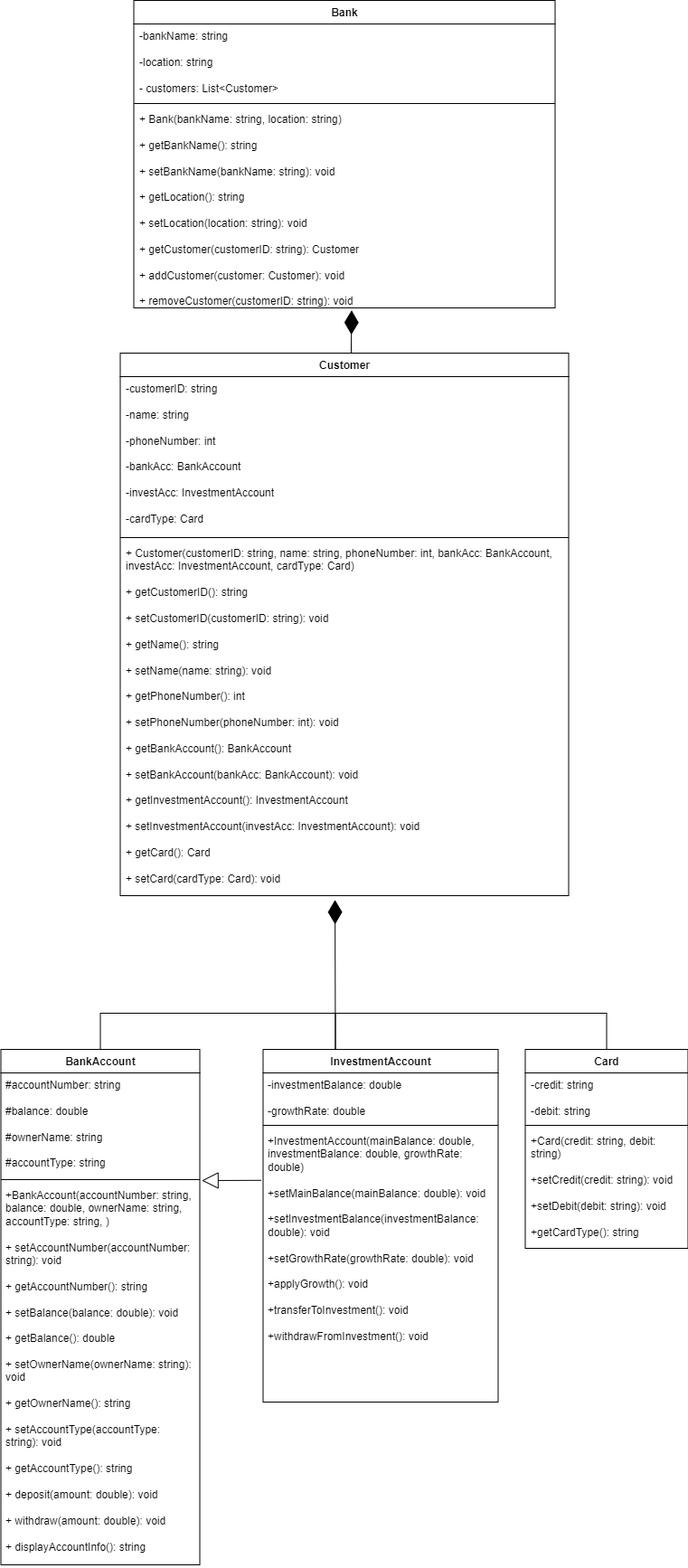
Earlier version of the draw.io export Class diagram.drawio_.drawio.png (nataliareyram/Bank-simulator). Source tidied: cells renumbered, new cells last; positions are measured from the earlier drawing's top-left corner, leaving out a move shared by most shapes.
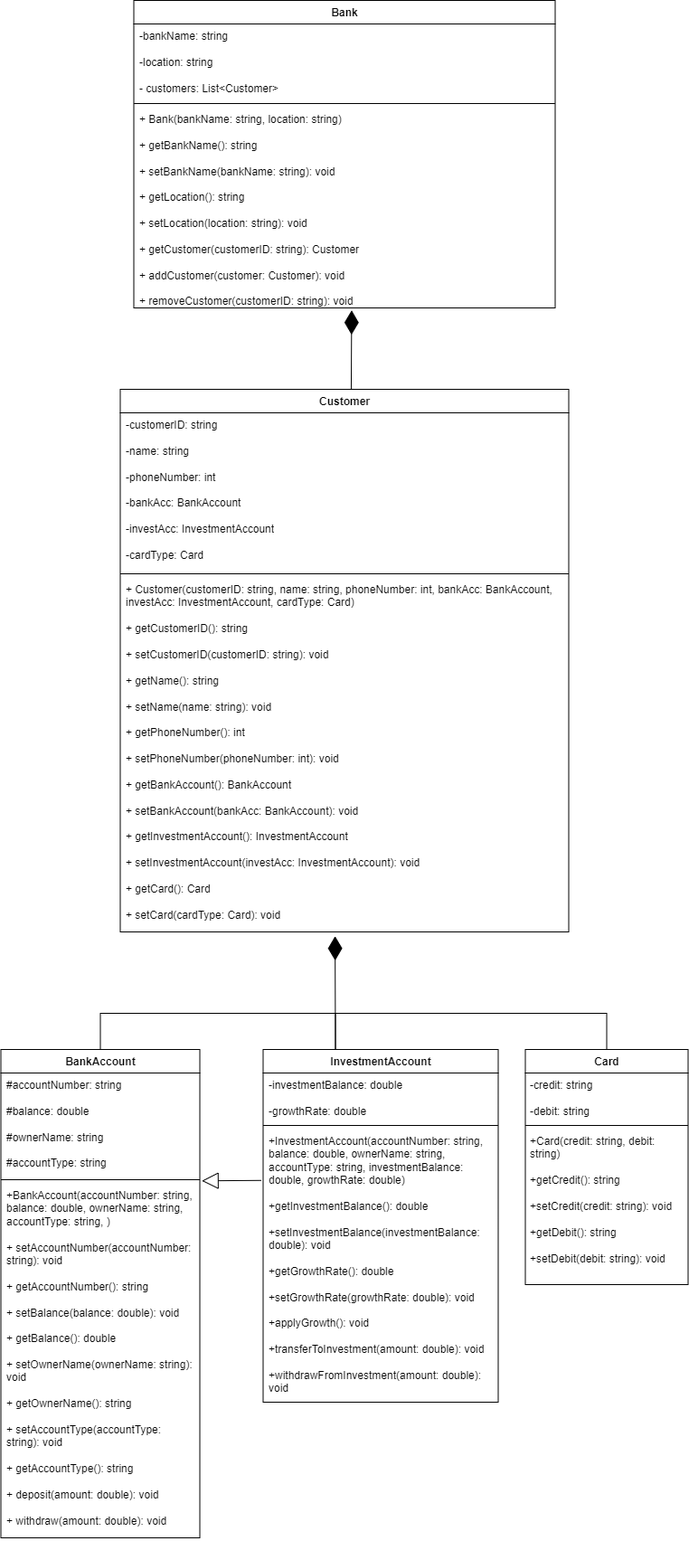
The same diagram one commit later.

What changed in the source:
```diff
@@ -3,7 +3,7 @@
     <mxCell id="0" />
     <mxCell id="1" parent="0" />
     <mxCell id="2" value="BankAccount" style="swimlane;fontStyle=1;align=center;verticalAlign=top;horizontal=1;startSize=26;whiteSpace=wrap;html=1;" parent="1" vertex="1">
-      <mxGeometry x="0.5" y="1160" width="220" height="570" as="geometry" />
+      <mxGeometry x="0.5" y="1160" width="220" height="540" as="geometry" />
     </mxCell>
     <mxCell id="3" value="&lt;div&gt;#accountNumber: string&lt;/div&gt;&lt;div&gt;&lt;br&gt;&lt;/div&gt;&lt;div&gt;#balance: double&lt;/div&gt;&lt;div&gt;&lt;br&gt;&lt;/div&gt;&lt;div&gt;#ownerName: string&lt;/div&gt;&lt;div&gt;&lt;br&gt;&lt;/div&gt;&lt;div&gt;#accountType: string&lt;/div&gt;" style="text;strokeColor=none;fillColor=none;align=left;verticalAlign=top;spacingLeft=4;spacingRight=4;overflow=hidden;whiteSpace=wrap;html=1;" parent="2" vertex="1">
       <mxGeometry y="26" width="220" height="114" as="geometry" />
@@ -11,11 +11,11 @@
     <mxCell id="4" style="line;strokeWidth=1;fillColor=none;align=left;verticalAlign=middle;spacingTop=-1;spacingLeft=3;spacingRight=3;labelPosition=right;strokeColor=inherit;" parent="2" vertex="1">
       <mxGeometry y="140" width="220" height="8" as="geometry" />
     </mxCell>
-    <mxCell id="5" value="&lt;div&gt;+BankAccount(accountNumber: string, balance: double, ownerName: string, accountType: string, )&lt;/div&gt;&lt;div&gt;&lt;br&gt;&lt;/div&gt;&lt;div&gt;+ &lt;span class=&quot;hljs-title function_ invoke__&quot;&gt;setAccountNumber&lt;/span&gt;(&lt;span class=&quot;hljs-attr&quot;&gt;accountNumber&lt;/span&gt;: &lt;span class=&quot;hljs-keyword&quot;&gt;string&lt;/span&gt;):&amp;nbsp;&lt;span class=&quot;hljs-keyword&quot;&gt;void&lt;/span&gt;&amp;nbsp;&lt;/div&gt;&lt;div&gt;&amp;nbsp;&lt;/div&gt;&lt;div&gt;+ &lt;span class=&quot;hljs-title function_ invoke__&quot;&gt;getAccountNumber&lt;/span&gt;(): &lt;span class=&quot;hljs-keyword&quot;&gt;string&lt;/span&gt;&amp;nbsp;&lt;/div&gt;&lt;div&gt;&lt;br&gt;&lt;/div&gt;&lt;div&gt;+ &lt;span class=&quot;hljs-title function_ invoke__&quot;&gt;setBalance&lt;/span&gt;(&lt;span class=&quot;hljs-attr&quot;&gt;balance&lt;/span&gt;: &lt;span class=&quot;hljs-keyword&quot;&gt;double&lt;/span&gt;): &lt;span class=&quot;hljs-keyword&quot;&gt;void&lt;/span&gt;&amp;nbsp;&lt;/div&gt;&lt;div&gt;&lt;br&gt;&lt;/div&gt;&lt;div&gt;+ &lt;span class=&quot;hljs-title function_ invoke__&quot;&gt;getBalance&lt;/span&gt;(): &lt;span class=&quot;hljs-keyword&quot;&gt;double&lt;/span&gt;&amp;nbsp;&lt;/div&gt;&lt;div&gt;&lt;br&gt;&lt;/div&gt;&lt;div&gt;+ &lt;span class=&quot;hljs-title function_ invoke__&quot;&gt;setOwnerName&lt;/span&gt;(&lt;span class=&quot;hljs-attr&quot;&gt;ownerName&lt;/span&gt;: &lt;span class=&quot;hljs-keyword&quot;&gt;string&lt;/span&gt;): &lt;span class=&quot;hljs-keyword&quot;&gt;void&lt;/span&gt;&amp;nbsp;&lt;/div&gt;&lt;div&gt;&lt;br&gt;&lt;/div&gt;&lt;div&gt;+ &lt;span class=&quot;hljs-title function_ invoke__&quot;&gt;getOwnerName&lt;/span&gt;(): &lt;span class=&quot;hljs-keyword&quot;&gt;string&lt;/span&gt;&amp;nbsp;&lt;/div&gt;&lt;div&gt;&lt;br&gt;&lt;/div&gt;&lt;div&gt;+ &lt;span class=&quot;hljs-title function_ invoke__&quot;&gt;setAccountType&lt;/span&gt;(&lt;span class=&quot;hljs-attr&quot;&gt;accountType&lt;/span&gt;: &lt;span class=&quot;hljs-keyword&quot;&gt;string&lt;/span&gt;): &lt;span class=&quot;hljs-keyword&quot;&gt;void&lt;/span&gt;&amp;nbsp;&lt;/div&gt;&lt;div&gt;&lt;br&gt;&lt;/div&gt;&lt;div&gt;+ &lt;span class=&quot;hljs-title function_ invoke__&quot;&gt;getAccountType&lt;/span&gt;(): &lt;span class=&quot;hljs-keyword&quot;&gt;string&lt;/span&gt;&amp;nbsp;&lt;/div&gt;&lt;div&gt;&lt;br&gt;&lt;/div&gt;&lt;div&gt;+ &lt;span class=&quot;hljs-title function_ invoke__&quot;&gt;deposit&lt;/span&gt;(&lt;span class=&quot;hljs-attr&quot;&gt;amount&lt;/span&gt;: &lt;span class=&quot;hljs-keyword&quot;&gt;double&lt;/span&gt;): &lt;span class=&quot;hljs-keyword&quot;&gt;void&lt;/span&gt;&amp;nbsp;&lt;/div&gt;&lt;div&gt;&lt;br&gt;&lt;/div&gt;&lt;div&gt;+ &lt;span class=&quot;hljs-title function_ invoke__&quot;&gt;withdraw&lt;/span&gt;(&lt;span class=&quot;hljs-attr&quot;&gt;amount&lt;/span&gt;: &lt;span class=&quot;hljs-keyword&quot;&gt;double&lt;/span&gt;): &lt;span class=&quot;hljs-keyword&quot;&gt;void&lt;/span&gt;&amp;nbsp;&lt;/div&gt;&lt;div&gt;&lt;br&gt;&lt;/div&gt;&lt;div&gt;+ &lt;span class=&quot;hljs-title function_ invoke__&quot;&gt;displayAccountInfo&lt;/span&gt;(): &lt;span class=&quot;hljs-keyword&quot;&gt;string&lt;/span&gt;&lt;/div&gt;" style="text;strokeColor=none;fillColor=none;align=left;verticalAlign=top;spacingLeft=4;spacingRight=4;overflow=hidden;points=[[0,0.5],[1,0.5]];portConstraint=eastwest;whiteSpace=wrap;html=1;" parent="2" vertex="1">
-      <mxGeometry y="148" width="220" height="422" as="geometry" />
+    <mxCell id="5" value="&lt;div&gt;+BankAccount(accountNumber: string, balance: double, ownerName: string, accountType: string, )&lt;/div&gt;&lt;div&gt;&lt;br&gt;&lt;/div&gt;&lt;div&gt;+ &lt;span class=&quot;hljs-title function_ invoke__&quot;&gt;setAccountNumber&lt;/span&gt;(&lt;span class=&quot;hljs-attr&quot;&gt;accountNumber&lt;/span&gt;: &lt;span class=&quot;hljs-keyword&quot;&gt;string&lt;/span&gt;):&amp;nbsp;&lt;span class=&quot;hljs-keyword&quot;&gt;void&lt;/span&gt;&amp;nbsp;&lt;/div&gt;&lt;div&gt;&amp;nbsp;&lt;/div&gt;&lt;div&gt;+ &lt;span class=&quot;hljs-title function_ invoke__&quot;&gt;getAccountNumber&lt;/span&gt;(): &lt;span class=&quot;hljs-keyword&quot;&gt;string&lt;/span&gt;&amp;nbsp;&lt;/div&gt;&lt;div&gt;&lt;br&gt;&lt;/div&gt;&lt;div&gt;+ &lt;span class=&quot;hljs-title function_ invoke__&quot;&gt;setBalance&lt;/span&gt;(&lt;span class=&quot;hljs-attr&quot;&gt;balance&lt;/span&gt;: &lt;span class=&quot;hljs-keyword&quot;&gt;double&lt;/span&gt;): &lt;span class=&quot;hljs-keyword&quot;&gt;void&lt;/span&gt;&amp;nbsp;&lt;/div&gt;&lt;div&gt;&lt;br&gt;&lt;/div&gt;&lt;div&gt;+ &lt;span class=&quot;hljs-title function_ invoke__&quot;&gt;getBalance&lt;/span&gt;(): &lt;span class=&quot;hljs-keyword&quot;&gt;double&lt;/span&gt;&amp;nbsp;&lt;/div&gt;&lt;div&gt;&lt;br&gt;&lt;/div&gt;&lt;div&gt;+ &lt;span class=&quot;hljs-title function_ invoke__&quot;&gt;setOwnerName&lt;/span&gt;(&lt;span class=&quot;hljs-attr&quot;&gt;ownerName&lt;/span&gt;: &lt;span class=&quot;hljs-keyword&quot;&gt;string&lt;/span&gt;): &lt;span class=&quot;hljs-keyword&quot;&gt;void&lt;/span&gt;&amp;nbsp;&lt;/div&gt;&lt;div&gt;&lt;br&gt;&lt;/div&gt;&lt;div&gt;+ &lt;span class=&quot;hljs-title function_ invoke__&quot;&gt;getOwnerName&lt;/span&gt;(): &lt;span class=&quot;hljs-keyword&quot;&gt;string&lt;/span&gt;&amp;nbsp;&lt;/div&gt;&lt;div&gt;&lt;br&gt;&lt;/div&gt;&lt;div&gt;+ &lt;span class=&quot;hljs-title function_ invoke__&quot;&gt;setAccountType&lt;/span&gt;(&lt;span class=&quot;hljs-attr&quot;&gt;accountType&lt;/span&gt;: &lt;span class=&quot;hljs-keyword&quot;&gt;string&lt;/span&gt;): &lt;span class=&quot;hljs-keyword&quot;&gt;void&lt;/span&gt;&amp;nbsp;&lt;/div&gt;&lt;div&gt;&lt;br&gt;&lt;/div&gt;&lt;div&gt;+ &lt;span class=&quot;hljs-title function_ invoke__&quot;&gt;getAccountType&lt;/span&gt;(): &lt;span class=&quot;hljs-keyword&quot;&gt;string&lt;/span&gt;&amp;nbsp;&lt;/div&gt;&lt;div&gt;&lt;br&gt;&lt;/div&gt;&lt;div&gt;+ &lt;span class=&quot;hljs-title function_ invoke__&quot;&gt;deposit&lt;/span&gt;(&lt;span class=&quot;hljs-attr&quot;&gt;amount&lt;/span&gt;: &lt;span class=&quot;hljs-keyword&quot;&gt;double&lt;/span&gt;): &lt;span class=&quot;hljs-keyword&quot;&gt;void&lt;/span&gt;&amp;nbsp;&lt;/div&gt;&lt;div&gt;&lt;br&gt;&lt;/div&gt;&lt;div&gt;+ &lt;span class=&quot;hljs-title function_ invoke__&quot;&gt;withdraw&lt;/span&gt;(&lt;span class=&quot;hljs-attr&quot;&gt;amount&lt;/span&gt;: &lt;span class=&quot;hljs-keyword&quot;&gt;double&lt;/span&gt;): &lt;span class=&quot;hljs-keyword&quot;&gt;void&lt;/span&gt;&amp;nbsp;&lt;/div&gt;&lt;div&gt;&lt;br&gt;&lt;/div&gt;&lt;div&gt;&lt;br&gt;&lt;/div&gt;" style="text;strokeColor=none;fillColor=none;align=left;verticalAlign=top;spacingLeft=4;spacingRight=4;overflow=hidden;points=[[0,0.5],[1,0.5]];portConstraint=eastwest;whiteSpace=wrap;html=1;" parent="2" vertex="1">
+      <mxGeometry y="148" width="220" height="392" as="geometry" />
     </mxCell>
     <mxCell id="6" value="Customer" style="swimlane;fontStyle=1;align=center;verticalAlign=top;horizontal=1;startSize=26;whiteSpace=wrap;html=1;" parent="1" vertex="1">
-      <mxGeometry x="132.5" y="390" width="496" height="600" as="geometry" />
+      <mxGeometry x="132.5" y="430" width="496" height="600" as="geometry" />
     </mxCell>
     <mxCell id="7" value="&lt;div&gt;-customerID: string&lt;/div&gt;&lt;div&gt;&lt;br&gt;&lt;/div&gt;&lt;div&gt;-name: string&lt;/div&gt;&lt;div&gt;&lt;br&gt;&lt;/div&gt;&lt;div&gt;&lt;span style=&quot;background-color: initial;&quot;&gt;-phoneNumber: int&lt;/span&gt;&lt;/div&gt;&lt;div&gt;&lt;span style=&quot;background-color: initial;&quot;&gt;&lt;br&gt;&lt;/span&gt;&lt;/div&gt;&lt;div&gt;&lt;span style=&quot;background-color: initial;&quot;&gt;-bankAcc: BankAccount&lt;/span&gt;&lt;/div&gt;&lt;div&gt;&lt;span style=&quot;background-color: initial;&quot;&gt;&lt;br&gt;&lt;/span&gt;&lt;/div&gt;&lt;div&gt;&lt;span style=&quot;background-color: initial;&quot;&gt;-investAcc: InvestmentAccount&lt;/span&gt;&lt;/div&gt;&lt;div&gt;&lt;span style=&quot;background-color: initial;&quot;&gt;&lt;br&gt;&lt;/span&gt;&lt;/div&gt;&lt;div&gt;&lt;span style=&quot;background-color: initial;&quot;&gt;-cardType: Card&lt;/span&gt;&lt;/div&gt;" style="text;strokeColor=none;fillColor=none;align=left;verticalAlign=top;spacingLeft=4;spacingRight=4;overflow=hidden;whiteSpace=wrap;html=1;" parent="6" vertex="1">
       <mxGeometry y="26" width="496" height="174" as="geometry" />
@@ -38,7 +38,7 @@
     <mxCell id="13" style="line;strokeWidth=1;fillColor=none;align=left;verticalAlign=middle;spacingTop=-1;spacingLeft=3;spacingRight=3;labelPosition=right;strokeColor=inherit;" parent="11" vertex="1">
       <mxGeometry y="80" width="260" height="8" as="geometry" />
     </mxCell>
-    <mxCell id="14" value="&lt;div&gt;+InvestmentAccount(mainBalance: double, investmentBalance: double, growthRate: double)&lt;/div&gt;&lt;div&gt;&lt;br&gt;&lt;/div&gt;&lt;div&gt;&lt;div&gt;+setMainBalance(mainBalance: double): void&lt;/div&gt;&lt;div&gt;&lt;br&gt;&lt;/div&gt;&lt;div&gt;+setInvestmentBalance(investmentBalance: double): void&lt;/div&gt;&lt;div&gt;&lt;br&gt;&lt;/div&gt;&lt;div&gt;+setGrowthRate(growthRate: double): void&lt;/div&gt;&lt;/div&gt;&lt;div&gt;&lt;br&gt;&lt;/div&gt;&lt;div&gt;+applyGrowth(): void&lt;/div&gt;&lt;div&gt;&lt;br&gt;&lt;/div&gt;&lt;div&gt;+transferToInvestment(): void&lt;/div&gt;&lt;div&gt;&lt;span style=&quot;background-color: initial;&quot;&gt;&lt;br&gt;&lt;/span&gt;&lt;/div&gt;&lt;div&gt;+withdrawFromInvestment(): void&lt;/div&gt;&lt;div&gt;&lt;br&gt;&lt;/div&gt;&lt;div&gt;&lt;br&gt;&lt;/div&gt;" style="text;strokeColor=none;fillColor=none;align=left;verticalAlign=top;spacingLeft=4;spacingRight=4;overflow=hidden;points=[[0,0.5],[1,0.5]];portConstraint=eastwest;whiteSpace=wrap;html=1;" parent="11" vertex="1">
+    <mxCell id="14" value="&lt;div&gt;+InvestmentAccount(accountNumber: string, balance: double, ownerName: string, accountType: string, investmentBalance: double, growthRate: double)&lt;/div&gt;&lt;div&gt;&lt;br&gt;&lt;/div&gt;&lt;div&gt;&lt;div&gt;+getInvestmentBalance(): double&lt;/div&gt;&lt;div&gt;&lt;br&gt;&lt;/div&gt;&lt;div&gt;+setInvestmentBalance(investmentBalance: double): void&lt;/div&gt;&lt;div&gt;&lt;br&gt;&lt;/div&gt;&lt;div&gt;+getGrowthRate(): double&lt;/div&gt;&lt;div&gt;&lt;br&gt;&lt;/div&gt;&lt;div&gt;+setGrowthRate(growthRate: double): void&lt;/div&gt;&lt;/div&gt;&lt;div&gt;&lt;br&gt;&lt;/div&gt;&lt;div&gt;+applyGrowth(): void&lt;/div&gt;&lt;div&gt;&lt;br&gt;&lt;/div&gt;&lt;div&gt;+transferToInvestment(amount: double): void&lt;/div&gt;&lt;div&gt;&lt;span style=&quot;background-color: initial;&quot;&gt;&lt;br&gt;&lt;/span&gt;&lt;/div&gt;&lt;div&gt;+withdrawFromInvestment(amount: double): void&lt;/div&gt;&lt;div&gt;&lt;br&gt;&lt;/div&gt;&lt;div&gt;&lt;br&gt;&lt;/div&gt;" style="text;strokeColor=none;fillColor=none;align=left;verticalAlign=top;spacingLeft=4;spacingRight=4;overflow=hidden;points=[[0,0.5],[1,0.5]];portConstraint=eastwest;whiteSpace=wrap;html=1;" parent="11" vertex="1">
       <mxGeometry y="88" width="260" height="302" as="geometry" />
     </mxCell>
     <mxCell id="15" value="Bank" style="swimlane;fontStyle=1;align=center;verticalAlign=top;horizontal=1;startSize=26;whiteSpace=wrap;html=1;" parent="1" vertex="1">
@@ -57,7 +57,7 @@
       <mxGeometry relative="1" as="geometry" />
     </mxCell>
     <mxCell id="20" value="Card" style="swimlane;fontStyle=1;align=center;verticalAlign=top;horizontal=1;startSize=26;whiteSpace=wrap;html=1;" parent="1" vertex="1">
-      <mxGeometry x="580.5" y="1160" width="180" height="220" as="geometry" />
+      <mxGeometry x="580.5" y="1160" width="180" height="260" as="geometry" />
     </mxCell>
     <mxCell id="21" value="-credit: string&lt;div&gt;&lt;br&gt;&lt;div&gt;-debit: string&lt;/div&gt;&lt;/div&gt;" style="text;strokeColor=none;fillColor=none;align=left;verticalAlign=top;spacingLeft=4;spacingRight=4;overflow=hidden;whiteSpace=wrap;html=1;" parent="20" vertex="1">
       <mxGeometry y="26" width="180" height="54" as="geometry" />
@@ -65,8 +65,8 @@
     <mxCell id="22" style="line;strokeWidth=1;fillColor=none;align=left;verticalAlign=middle;spacingTop=-1;spacingLeft=3;spacingRight=3;labelPosition=right;strokeColor=inherit;" parent="20" vertex="1">
       <mxGeometry y="80" width="180" height="8" as="geometry" />
     </mxCell>
-    <mxCell id="23" value="&lt;div&gt;+Card(credit: string, debit: string)&lt;/div&gt;&lt;div&gt;&lt;br&gt;&lt;/div&gt;&lt;div&gt;&lt;div&gt;+setCredit(credit: string): void&lt;/div&gt;&lt;div&gt;&lt;br&gt;&lt;/div&gt;&lt;div&gt;+setDebit(debit: string): void&lt;/div&gt;&lt;/div&gt;&lt;div&gt;&lt;br&gt;&lt;/div&gt;+&lt;span style=&quot;background-color: initial;&quot;&gt;getCardType(): string&lt;/span&gt;" style="text;strokeColor=none;fillColor=none;align=left;verticalAlign=top;spacingLeft=4;spacingRight=4;overflow=hidden;whiteSpace=wrap;html=1;" parent="20" vertex="1">
-      <mxGeometry y="88" width="180" height="132" as="geometry" />
+    <mxCell id="23" value="&lt;div&gt;+Card(credit: string, debit: string)&lt;/div&gt;&lt;div&gt;&lt;br&gt;&lt;/div&gt;&lt;div&gt;+getCredit(): string&lt;/div&gt;&lt;div&gt;&lt;br&gt;&lt;/div&gt;&lt;div&gt;&lt;div&gt;+setCredit(credit: string): void&lt;/div&gt;&lt;div&gt;&lt;br&gt;&lt;/div&gt;&lt;div&gt;+getDebit(): string&lt;/div&gt;&lt;div&gt;&lt;br&gt;&lt;/div&gt;&lt;div&gt;+setDebit(debit: string): void&lt;/div&gt;&lt;/div&gt;&lt;div&gt;&lt;br&gt;&lt;/div&gt;" style="text;strokeColor=none;fillColor=none;align=left;verticalAlign=top;spacingLeft=4;spacingRight=4;overflow=hidden;whiteSpace=wrap;html=1;" parent="20" vertex="1">
+      <mxGeometry y="88" width="180" height="172" as="geometry" />
     </mxCell>
     <mxCell id="24" style="group;" parent="1" vertex="1">
       <mxGeometry x="170.5" y="1120" width="425" as="geometry" />
```
